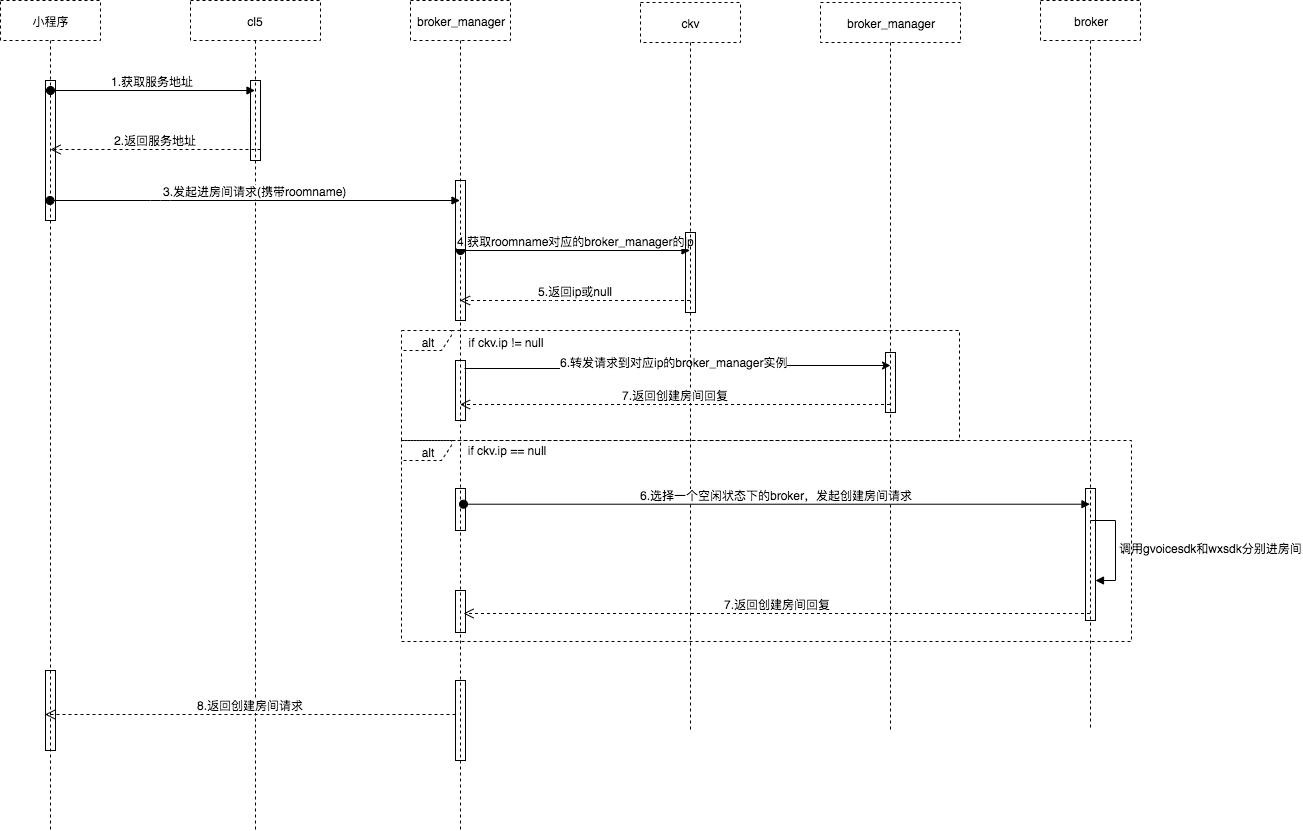
Above: 信令uml时序图.png in HDX180/hello_world (draw.io), before the change. Source tidied: cells renumbered, new cells last; positions are measured from the earlier drawing's top-left corner, leaving out a move shared by most shapes.
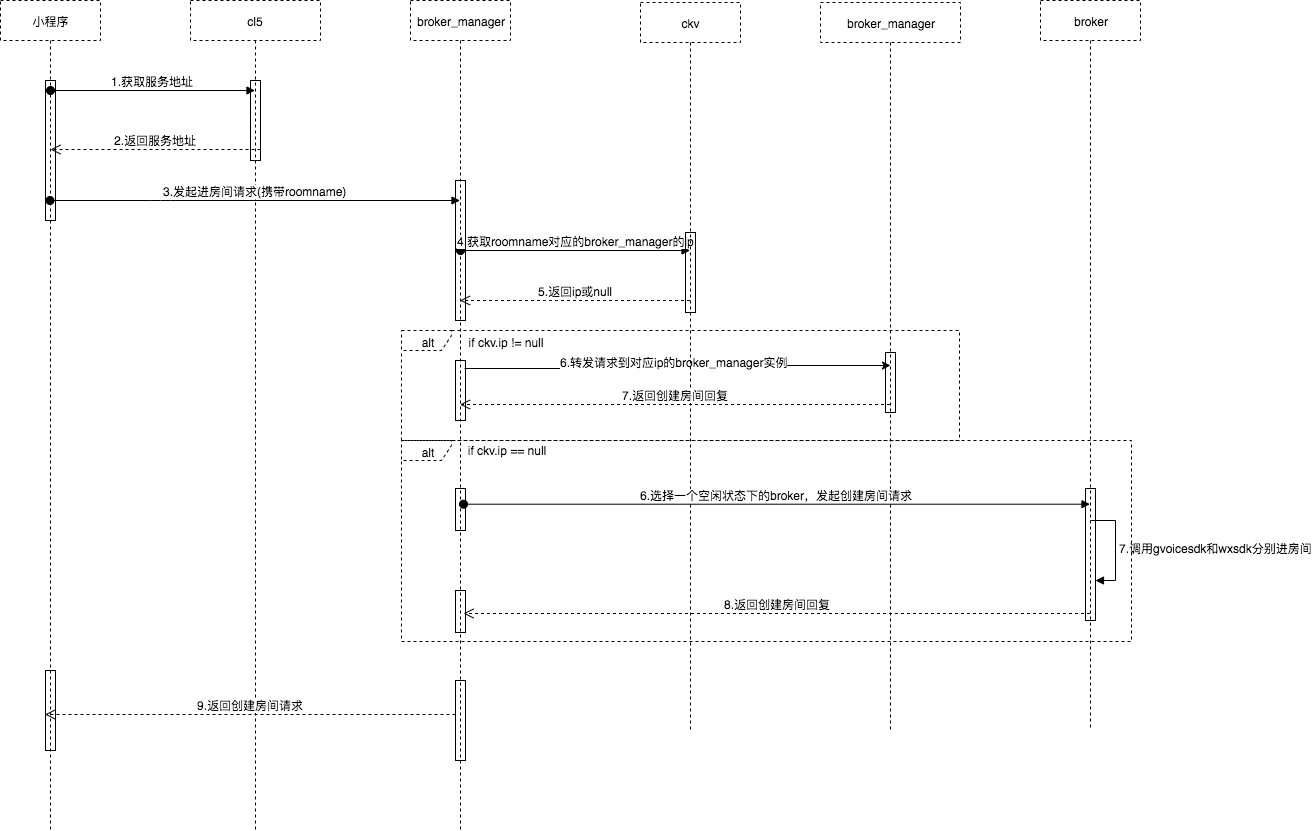
The same file after the commit.

Commit message:
Added 信令uml时序图.png

What changed in the source:
```diff
@@ -33,7 +33,7 @@
     <mxCell id="10" style="html=1;perimeter=orthogonalPerimeter;fillColor=none;" parent="7" vertex="1">
       <mxGeometry x="45" y="680" width="10" height="80" as="geometry" />
     </mxCell>
-    <mxCell id="11" value="7.返回创建房间回复" style="html=1;verticalAlign=bottom;endArrow=open;dashed=1;endSize=8;entryX=0.53;entryY=0.775;entryDx=0;entryDy=0;entryPerimeter=0;" parent="7" edge="1">
+    <mxCell id="11" value="8.返回创建房间回复" style="html=1;verticalAlign=bottom;endArrow=open;dashed=1;endSize=8;entryX=0.53;entryY=0.775;entryDx=0;entryDy=0;entryPerimeter=0;" parent="7" edge="1">
       <mxGeometry relative="1" as="geometry">
         <mxPoint x="679.5" y="613" as="sourcePoint" />
         <mxPoint x="53" y="613" as="targetPoint" />
@@ -106,7 +106,7 @@
         <mxPoint x="1089.5" y="503.7" as="targetPoint" />
       </mxGeometry>
     </mxCell>
-    <mxCell id="28" value="8.返回创建房间请求" style="html=1;verticalAlign=bottom;endArrow=open;dashed=1;endSize=8;" parent="1" edge="1">
+    <mxCell id="28" value="9.返回创建房间请求" style="html=1;verticalAlign=bottom;endArrow=open;dashed=1;endSize=8;" parent="1" edge="1">
       <mxGeometry relative="1" as="geometry">
         <mxPoint x="455" y="714" as="sourcePoint" />
         <mxPoint x="44.5" y="714" as="targetPoint" />
@@ -124,7 +124,7 @@
     <mxCell id="32" style="html=1;points=[];perimeter=orthogonalPerimeter;fillColor=none;" parent="1" vertex="1">
       <mxGeometry x="1085" y="488" width="10" height="132" as="geometry" />
     </mxCell>
-    <mxCell id="33" value="调用gvoicesdk和wxsdk分别进房间" style="edgeStyle=orthogonalEdgeStyle;html=1;align=left;spacingLeft=2;endArrow=block;rounded=0;" parent="1" edge="1" target="32">
+    <mxCell id="33" value="7.调用gvoicesdk和wxsdk分别进房间" style="edgeStyle=orthogonalEdgeStyle;html=1;align=left;spacingLeft=2;endArrow=block;rounded=0;" parent="1" edge="1" target="32">
       <mxGeometry relative="1" as="geometry">
         <mxPoint x="1090" y="520" as="sourcePoint" />
         <Array as="points">
```
